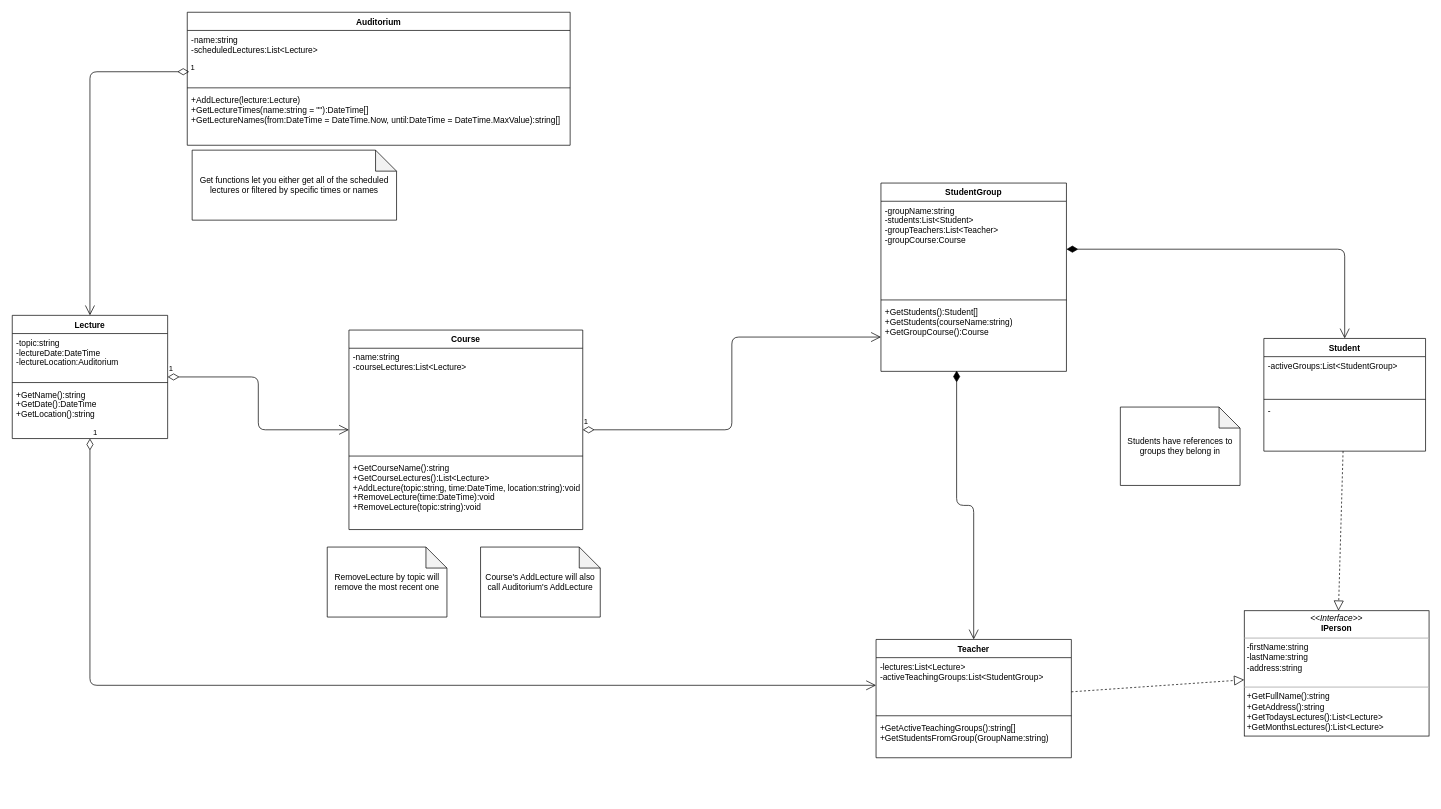
The draw.io diagram University.drawio in igor2080/University, before the edit. Source tidied: cells renumbered, new cells numbered last; positions are measured from the earlier drawing's top-left corner, leaving out a move shared by most shapes. Both pictures are drawn from the tidied source at 70%, with x=0, y=0 at pixel (12, 12).
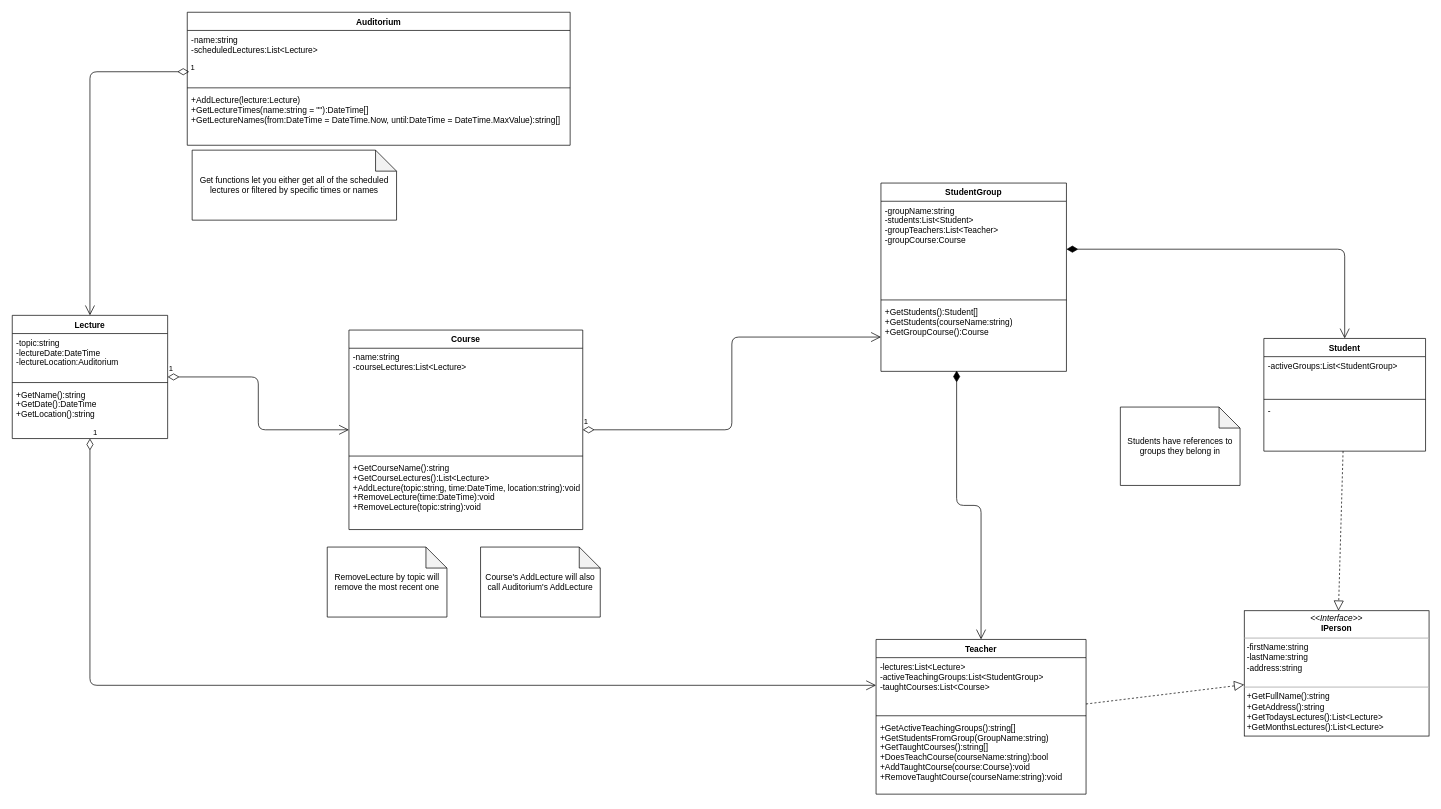
The same diagram, later.

Commit message (it also covers changes not shown here):
added taught subjects by teachers

What changed in the source:
```diff
@@
     <mxCell id="23" value="Teacher" style="swimlane;fontStyle=1;align=center;verticalAlign=top;horizontal=1;startSize=26;" parent="1" vertex="1">
-      <mxGeometry x="1234" y="896" width="279" height="169" as="geometry" />
+      <mxGeometry x="1234" y="896" width="300" height="221" as="geometry" />
     </mxCell>
-    <mxCell id="24" value="-lectures:List&lt;Lecture&gt;&#10;-activeTeachingGroups:List&lt;StudentGroup&gt;" style="text;strokeColor=none;fillColor=none;align=left;verticalAlign=top;spacingLeft=4;spacingRight=4;overflow=hidden;points=[[0,0.5],[1,0.5]];portConstraint=eastwest;" parent="23" vertex="1">
-      <mxGeometry y="26" width="279" height="79" as="geometry" />
+    <mxCell id="24" value="-lectures:List&lt;Lecture&gt;&#10;-activeTeachingGroups:List&lt;StudentGroup&gt;&#10;-taughtCourses:List&lt;Course&gt;" style="text;strokeColor=none;fillColor=none;align=left;verticalAlign=top;spacingLeft=4;spacingRight=4;overflow=hidden;points=[[0,0.5],[1,0.5]];portConstraint=eastwest;" parent="23" vertex="1">
+      <mxGeometry y="26" width="300" height="79" as="geometry" />
     </mxCell>
     <mxCell id="25" style="line;strokeWidth=1;fillColor=none;align=left;verticalAlign=middle;spacingTop=-1;spacingLeft=3;spacingRight=3;labelPosition=right;" parent="23" vertex="1">
-      <mxGeometry y="105" width="279" height="8" as="geometry" />
+      <mxGeometry y="105" width="300" height="8" as="geometry" />
     </mxCell>
-    <mxCell id="26" value="+GetActiveTeachingGroups():string[]&#10;+GetStudentsFromGroup(GroupName:string)" style="text;strokeColor=none;fillColor=none;align=left;verticalAlign=top;spacingLeft=4;spacingRight=4;overflow=hidden;" parent="23" vertex="1">
-      <mxGeometry y="113" width="279" height="56" as="geometry" />
+    <mxCell id="26" value="+GetActiveTeachingGroups():string[]&#10;+GetStudentsFromGroup(GroupName:string)&#10;+GetTaughtCourses():string[]&#10;+DoesTeachCourse(courseName:string):bool&#10;+AddTaughtCourse(course:Course):void&#10;+RemoveTaughtCourse(courseName:string):void&#10;" style="text;strokeColor=none;fillColor=none;align=left;verticalAlign=top;spacingLeft=4;spacingRight=4;overflow=hidden;" parent="23" vertex="1">
+      <mxGeometry y="113" width="300" height="108" as="geometry" />
     </mxCell>
```
